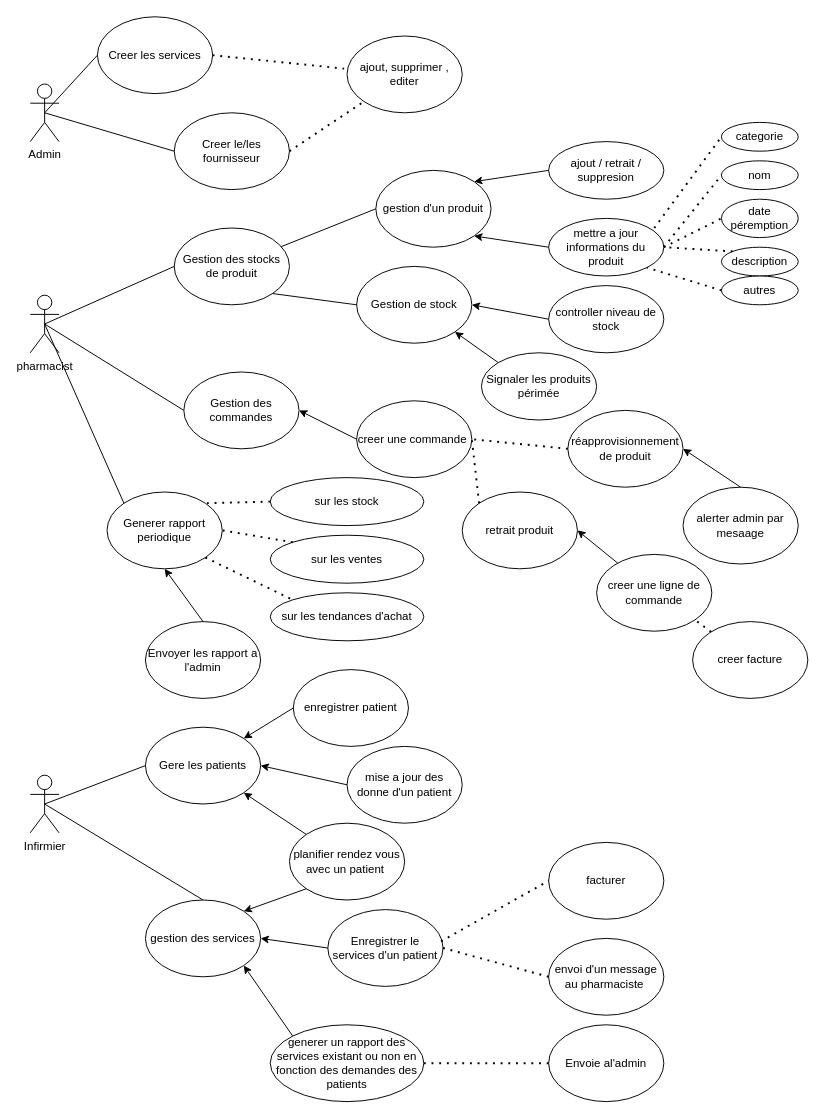
Above: page "use case for gestion" (3 of 6) of Untitled Diagram.drawio in arseneRuben/CinsolManagement (draw.io), before the change. Source tidied: cells renumbered, new cells numbered last; positions are measured from the earlier drawing's top-left corner, leaving out a move shared by most shapes. Both pictures are drawn from the tidied source at 96%, with x=0, y=0 at pixel (30, 16).
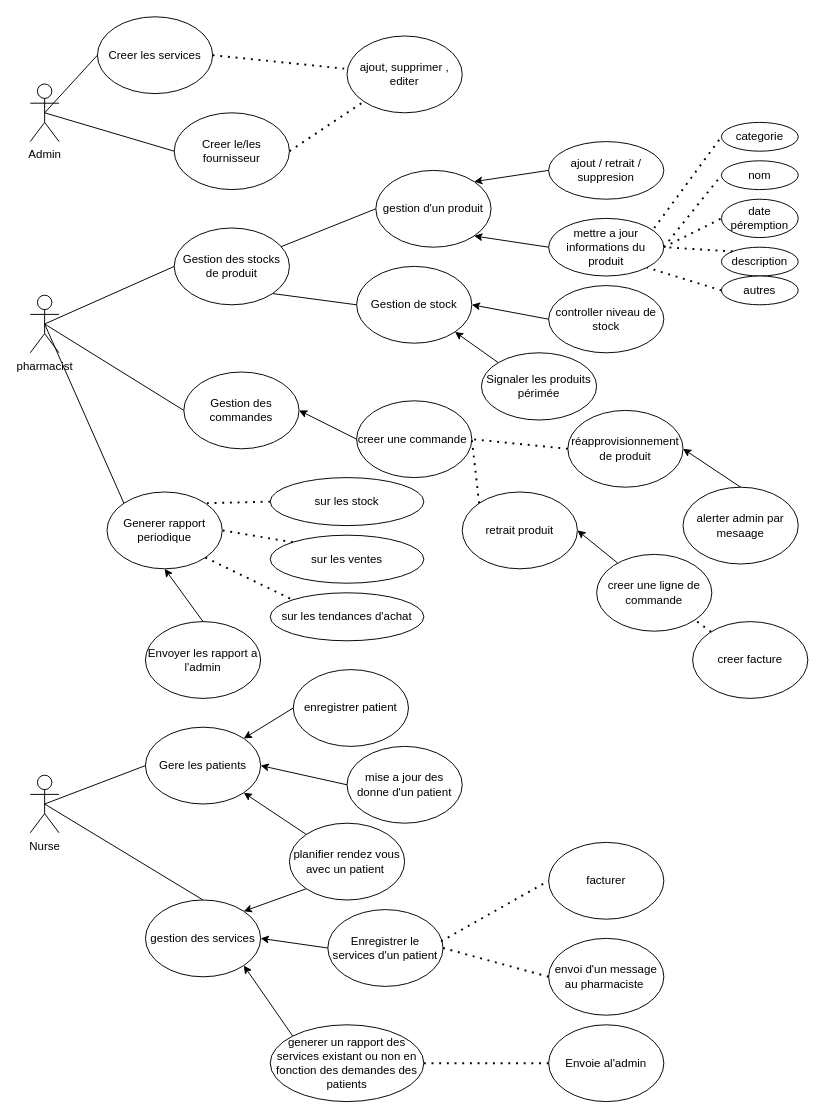
After the change.

Diff of the diagram source:
```diff
@@
-    <mxCell id="57" value="Infirmier" style="shape=umlActor;verticalLabelPosition=bottom;verticalAlign=top;html=1;outlineConnect=0;" parent="1" vertex="1">
+    <mxCell id="57" value="Nurse" style="shape=umlActor;verticalLabelPosition=bottom;verticalAlign=top;html=1;outlineConnect=0;" parent="1" vertex="1">
       <mxGeometry y="790" width="30" height="60" as="geometry" />
     </mxCell>
```
